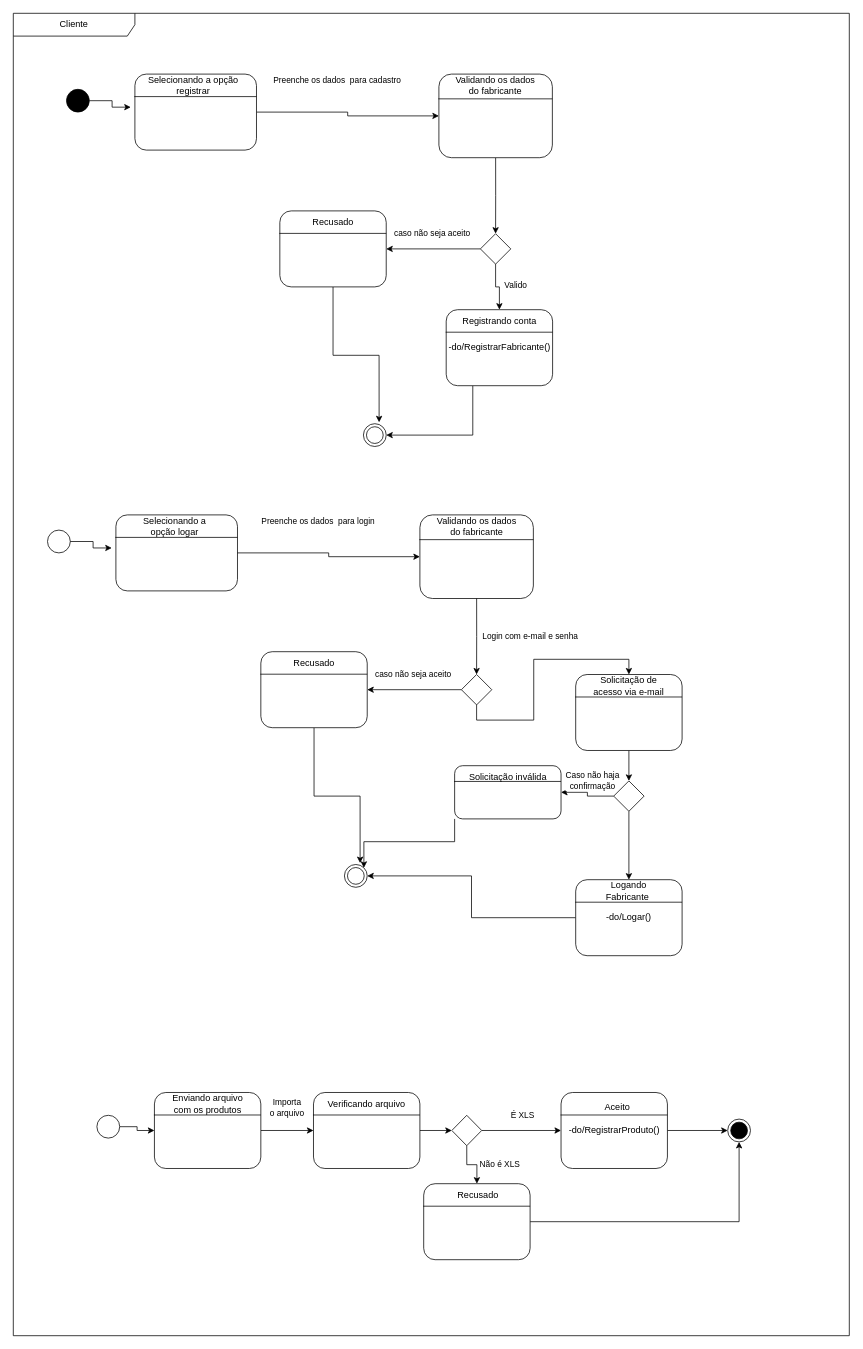
PedroAP2/Projeto-EngenhariaDaComputacao keeps this draw.io diagram as Fabricante.drawio. Above is the earlier version. Source tidied: cells renumbered, new cells numbered last; positions are measured from the earlier drawing's top-left corner, leaving out a move shared by most shapes. Both pictures are drawn from the tidied source at 76%, with x=0, y=0 at pixel (13, 13).
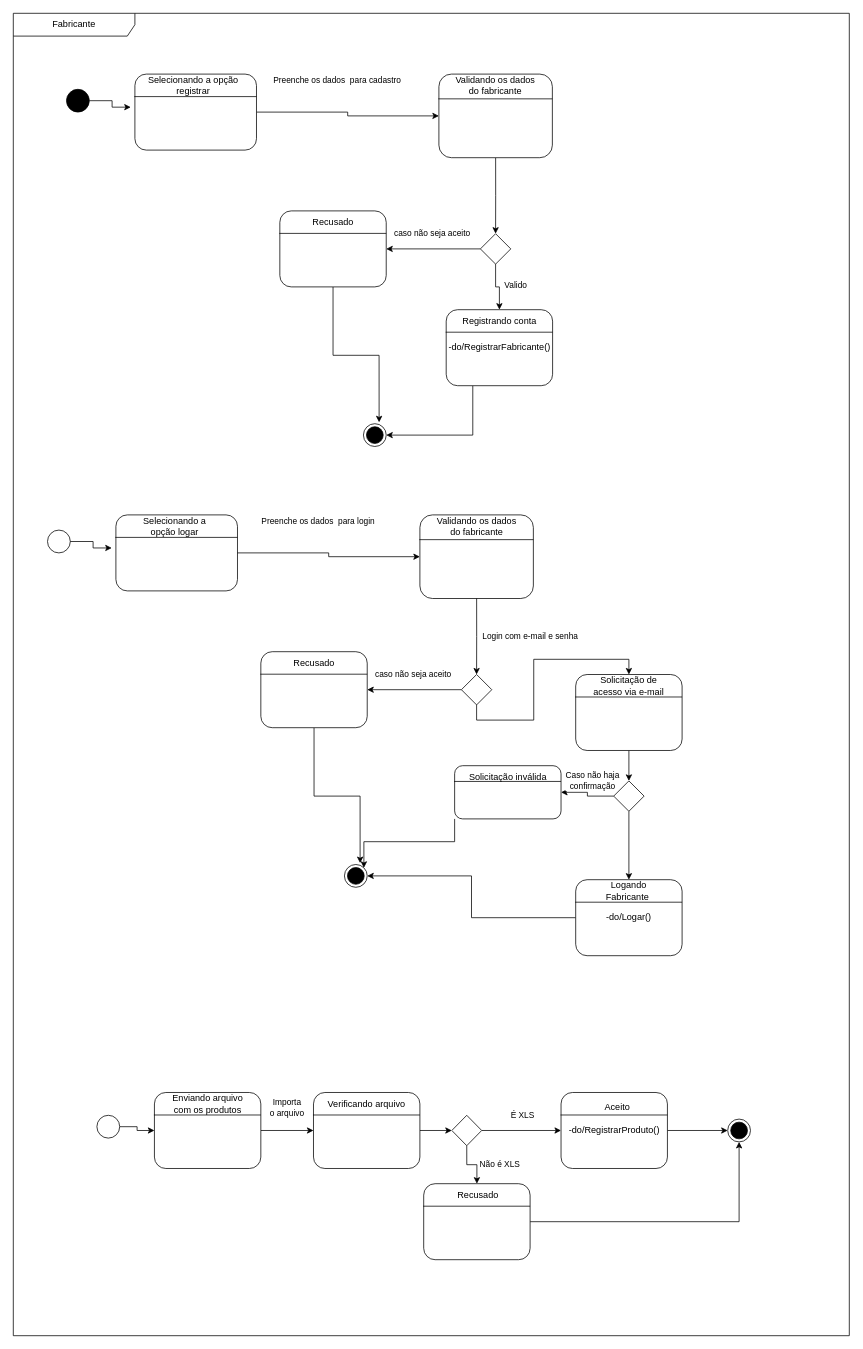
Above is the later version.

What changed in the source:
```diff
@@
-    <mxCell id="2" value="Cliente" style="shape=umlFrame;whiteSpace=wrap;html=1;width=160;" parent="1" vertex="1">
+    <mxCell id="2" value="Fabricante" style="shape=umlFrame;whiteSpace=wrap;html=1;width=160;fillColor=#FFFFFF;" parent="1" vertex="1">
       <mxGeometry width="1100" height="1740" as="geometry" />
     </mxCell>
@@
-    <mxCell id="8" style="ellipse;html=1;shape=endState;" parent="2" vertex="1">
+    <mxCell id="8" style="ellipse;html=1;shape=endState;fillColor=#000000;" parent="2" vertex="1">
       <mxGeometry x="460.7" y="540" width="30" height="30" as="geometry" />
     </mxCell>
@@
-    <mxCell id="28" style="ellipse;html=1;shape=endState;" parent="2" vertex="1">
+    <mxCell id="28" style="ellipse;html=1;shape=endState;fillColor=#000000;" parent="2" vertex="1">
       <mxGeometry x="435.7" y="1120" width="30" height="30" as="geometry" />
     </mxCell>
```
